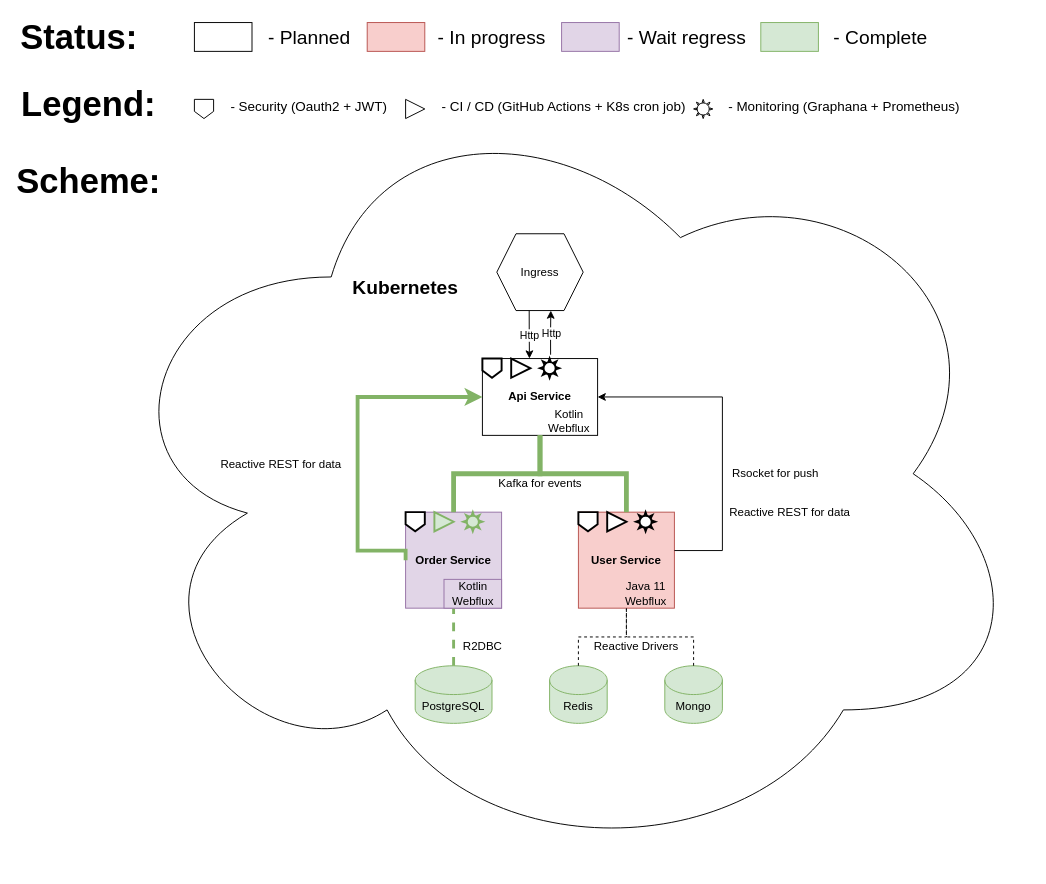
alexandr-leonov/eda-configuration keeps this draw.io diagram as docs/Schema.drawio. Above is the earlier version. Source tidied: cells renumbered, new cells numbered last; positions are measured from the earlier drawing's top-left corner, leaving out a move shared by most shapes. Both pictures are drawn from the tidied source at 96%, with x=0, y=0 at pixel (40, 22).
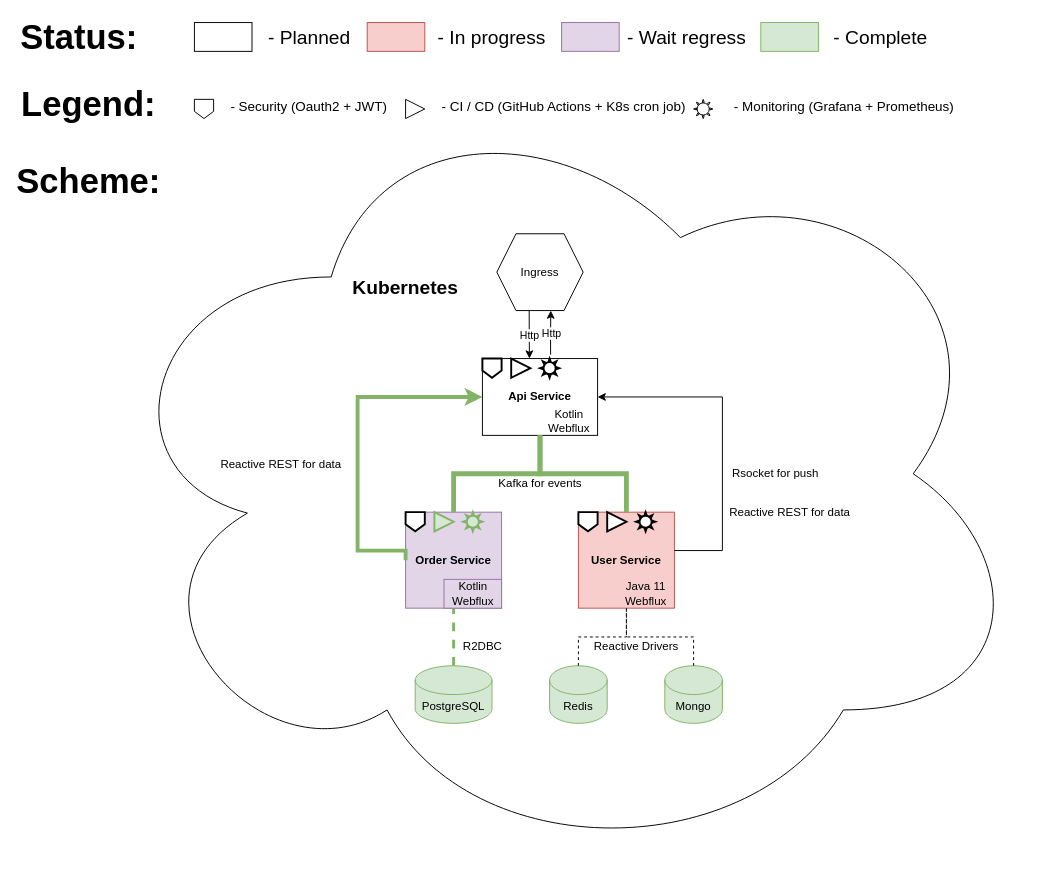
The same diagram, later.

Commit message:
Check errors in Schema.drawio

Change to the diagram source:
```diff
@@
-    <mxCell id="44" value="&lt;font style=&quot;font-size: 14px&quot;&gt;&amp;nbsp;- Monitoring (Graphana + Prometheus)&lt;/font&gt;" style="text;html=1;strokeColor=none;fillColor=none;align=center;verticalAlign=middle;whiteSpace=wrap;rounded=0;fontSize=20;" parent="1" vertex="1">
+    <mxCell id="44" value="&lt;font style=&quot;font-size: 14px&quot;&gt;&amp;nbsp;- Monitoring (Grafana + Prometheus)&lt;/font&gt;" style="text;html=1;strokeColor=none;fillColor=none;align=center;verticalAlign=middle;whiteSpace=wrap;rounded=0;fontSize=20;" parent="1" vertex="1">
       <mxGeometry x="690" y="70" width="290" height="30" as="geometry" />
     </mxCell>
```
